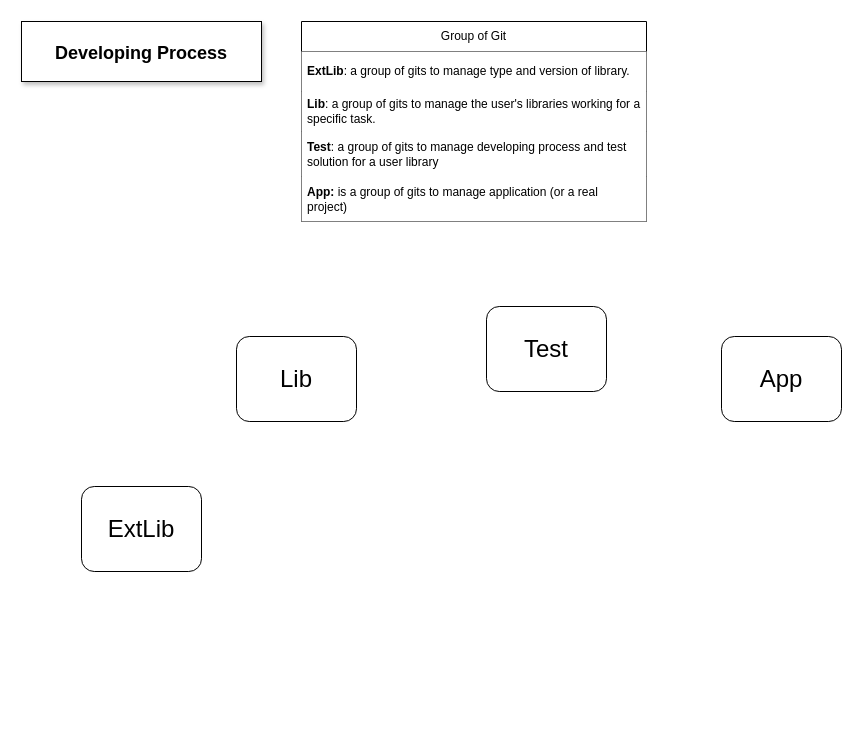
This is page "Next" (3 of 3) of PNIXEventProcess.drawio from huunhan312/CodeDiagram, a draw.io file, before an edit. Source tidied: cells renumbered, new cells numbered last; positions are measured from the earlier drawing's top-left corner, leaving out a move shared by most shapes. Both pictures are drawn from the tidied source at 100%, with x=0, y=0 at pixel (21, 21).
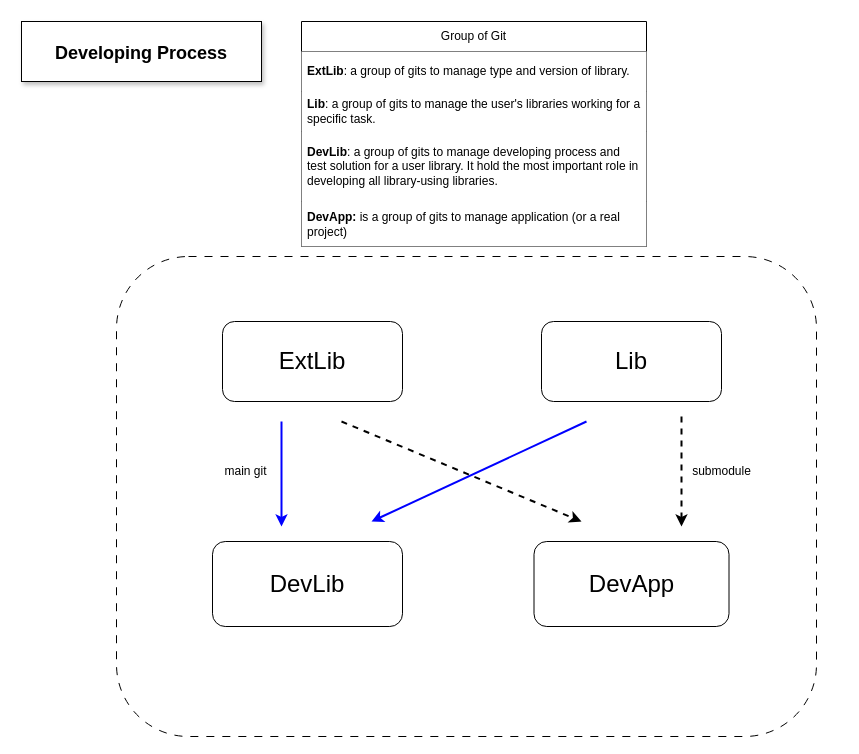
Above is the later version.

Diff of the diagram source:
```diff
@@
+    <mxCell id="12" style="rounded=1;whiteSpace=wrap;html=1;dashed=1;dashPattern=8 8;fillColor=default;strokeWidth=1;" parent="1" vertex="1">
+      <mxGeometry x="95" y="235" width="700" height="480" as="geometry" />
+    </mxCell>
@@
     <mxCell id="3" value="Group of Git" style="swimlane;fontStyle=0;horizontal=1;startSize=30;whiteSpace=wrap;html=1;" parent="1" vertex="1">
-      <mxGeometry x="280" width="345" height="200" as="geometry" />
+      <mxGeometry x="280" width="345" height="225" as="geometry" />
     </mxCell>
@@
-    <mxCell id="6" value="&lt;b&gt;Test&lt;/b&gt;: a group of gits to manage developing process and test solution for a user library" style="text;strokeColor=none;fillColor=default;align=left;verticalAlign=middle;spacingLeft=4;spacingRight=4;overflow=hidden;whiteSpace=wrap;html=1;" parent="3" vertex="1">
-      <mxGeometry y="110" width="345" height="45" as="geometry" />
+    <mxCell id="6" value="&lt;b&gt;DevLib&lt;/b&gt;: a group of gits to manage developing process and test solution for a user library. It hold the most important role in developing all library-using libraries." style="text;strokeColor=none;fillColor=default;align=left;verticalAlign=middle;spacingLeft=4;spacingRight=4;overflow=hidden;whiteSpace=wrap;html=1;" parent="3" vertex="1">
+      <mxGeometry y="110" width="345" height="70" as="geometry" />
     </mxCell>
-    <mxCell id="7" value="&lt;b&gt;App: &lt;/b&gt;is a group of gits to manage application (or a real project)&amp;nbsp;" style="text;strokeColor=none;fillColor=default;align=left;verticalAlign=middle;spacingLeft=4;spacingRight=4;overflow=hidden;whiteSpace=wrap;html=1;" parent="3" vertex="1">
-      <mxGeometry y="155" width="345" height="45" as="geometry" />
+    <mxCell id="7" value="&lt;b&gt;DevApp: &lt;/b&gt;is a group of gits to manage application (or a real project)&amp;nbsp;" style="text;strokeColor=none;fillColor=default;align=left;verticalAlign=middle;spacingLeft=4;spacingRight=4;overflow=hidden;whiteSpace=wrap;html=1;" parent="3" vertex="1">
+      <mxGeometry y="180" width="345" height="45" as="geometry" />
     </mxCell>
     <mxCell id="8" value="&lt;span style=&quot;font-size: 24px;&quot;&gt;ExtLib&lt;/span&gt;" style="rounded=1;whiteSpace=wrap;html=1;" parent="1" vertex="1">
-      <mxGeometry x="60" y="465" width="120" height="85" as="geometry" />
+      <mxGeometry x="201" y="300" width="180" height="80" as="geometry" />
     </mxCell>
     <mxCell id="9" value="&lt;span style=&quot;font-size: 24px;&quot;&gt;Lib&lt;/span&gt;" style="rounded=1;whiteSpace=wrap;html=1;" parent="1" vertex="1">
-      <mxGeometry x="215" y="315" width="120" height="85" as="geometry" />
+      <mxGeometry x="520" y="300" width="180" height="80" as="geometry" />
     </mxCell>
-    <mxCell id="10" value="&lt;span style=&quot;font-size: 24px;&quot;&gt;Test&lt;/span&gt;" style="rounded=1;whiteSpace=wrap;html=1;" parent="1" vertex="1">
-      <mxGeometry x="465" y="285" width="120" height="85" as="geometry" />
+    <mxCell id="10" value="&lt;span style=&quot;font-size: 24px;&quot;&gt;DevApp&lt;/span&gt;" style="rounded=1;whiteSpace=wrap;html=1;" parent="1" vertex="1">
+      <mxGeometry x="512.5" y="520" width="195" height="85" as="geometry" />
     </mxCell>
-    <mxCell id="11" value="&lt;span style=&quot;font-size: 24px;&quot;&gt;App&lt;/span&gt;" style="rounded=1;whiteSpace=wrap;html=1;" parent="1" vertex="1">
-      <mxGeometry x="700" y="315" width="120" height="85" as="geometry" />
+    <mxCell id="11" value="&lt;span style=&quot;font-size: 24px;&quot;&gt;DevLib&lt;/span&gt;" style="rounded=1;whiteSpace=wrap;html=1;" parent="1" vertex="1">
+      <mxGeometry x="191" y="520" width="190" height="85" as="geometry" />
     </mxCell>
+    <mxCell id="13" style="endArrow=none;startArrow=classic;html=1;rounded=0;endFill=0;strokeWidth=2;strokeColor=#0000FF;" parent="1" edge="1">
+      <mxGeometry relative="1" as="geometry">
+        <mxPoint x="350" y="500" as="sourcePoint" />
+        <mxPoint x="565" y="400" as="targetPoint" />
+      </mxGeometry>
+    </mxCell>
+    <mxCell id="14" style="endArrow=none;startArrow=classic;html=1;rounded=0;endFill=0;strokeWidth=2;strokeColor=#0000FF;" parent="1" edge="1">
+      <mxGeometry relative="1" as="geometry">
+        <mxPoint x="260" y="505" as="sourcePoint" />
+        <mxPoint x="260" y="400" as="targetPoint" />
+      </mxGeometry>
+    </mxCell>
+    <mxCell id="15" style="endArrow=classic;html=1;rounded=0;dashed=1;strokeWidth=2;" parent="1" edge="1">
+      <mxGeometry relative="1" as="geometry">
+        <mxPoint x="320" y="400" as="sourcePoint" />
+        <mxPoint x="560" y="500" as="targetPoint" />
+      </mxGeometry>
+    </mxCell>
+    <mxCell id="16" style="endArrow=classic;html=1;rounded=0;exitX=0.212;exitY=0.476;exitDx=0;exitDy=0;dashed=1;exitPerimeter=0;strokeWidth=2;" parent="1" edge="1">
+      <mxGeometry relative="1" as="geometry">
+        <mxPoint x="660" y="395" as="sourcePoint" />
+        <mxPoint x="660" y="505" as="targetPoint" />
+      </mxGeometry>
+    </mxCell>
+    <mxCell id="17" value="submodule" style="text;html=1;align=center;verticalAlign=middle;strokeColor=none;fillColor=none;" parent="1" vertex="1">
+      <mxGeometry x="660" y="435" width="80" height="30" as="geometry" />
+    </mxCell>
+    <mxCell id="18" value="main git" style="text;html=1;align=center;verticalAlign=middle;strokeColor=none;fillColor=none;" parent="1" vertex="1">
+      <mxGeometry x="191" y="435" width="65" height="30" as="geometry" />
+    </mxCell>
```
